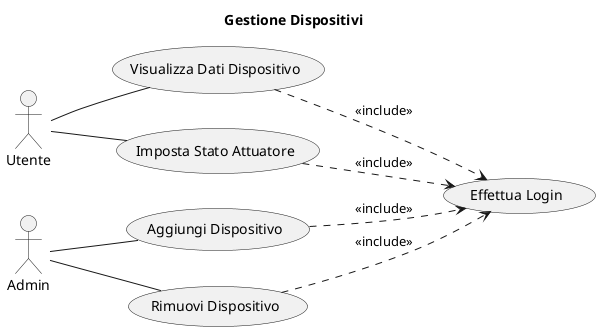
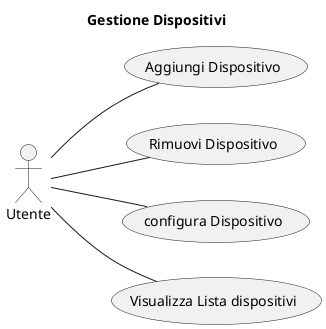
@startuml gestionedispositivi

title "Gestione Dispositivi"
left to right direction

actor Utente
- actor Admin

usecase "Aggiungi Dispositivo" as Aggiungi
usecase "Rimuovi Dispositivo" as Rimuovi
- usecase "Visualizza Dati Dispositivo" as Visualizza
- usecase "Imposta Stato Attuatore" as Imposta
- usecase "Effettua Login" as Login
+ usecase "configura Dispositivo" as Configura
+ usecase "Visualizza Lista dispositivi" as Visualizza

- Admin -- Aggiungi
- Admin -- Rimuovi
- Utente -- Imposta
+ Utente -- Aggiungi
+ Utente -- Rimuovi
+ Utente -- Configura
Utente -- Visualizza

- Aggiungi ..> Login: <<include>>
- Rimuovi ..> Login: <<include>>
- Visualizza ..> Login: <<include>>
- Imposta ..> Login: <<include>>
- 
@enduml